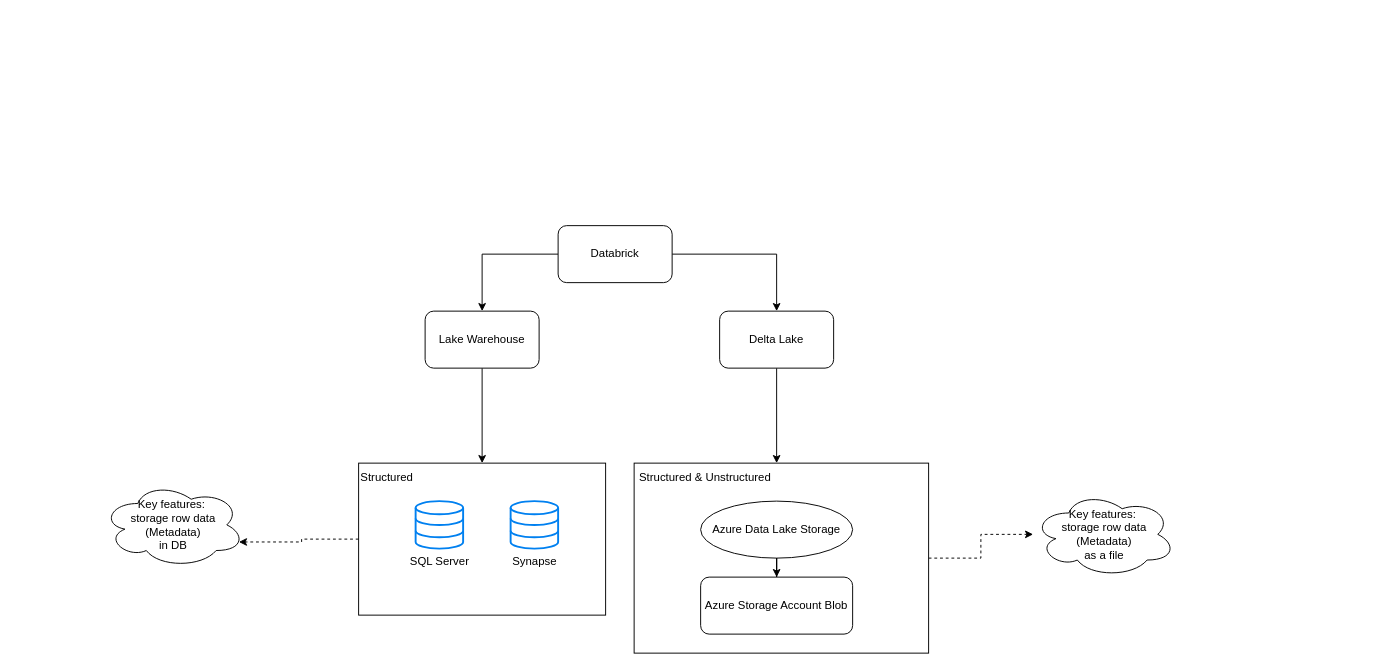
This is AzureDataLake.drawio from dengwentaoabc/Draw, a draw.io file, before an edit. Source tidied: cells renumbered, new cells numbered last; positions are measured from the earlier drawing's top-left corner, leaving out a move shared by most shapes. Both pictures are drawn from the tidied source at 95%, with x=0, y=0 at pixel (102, 225).
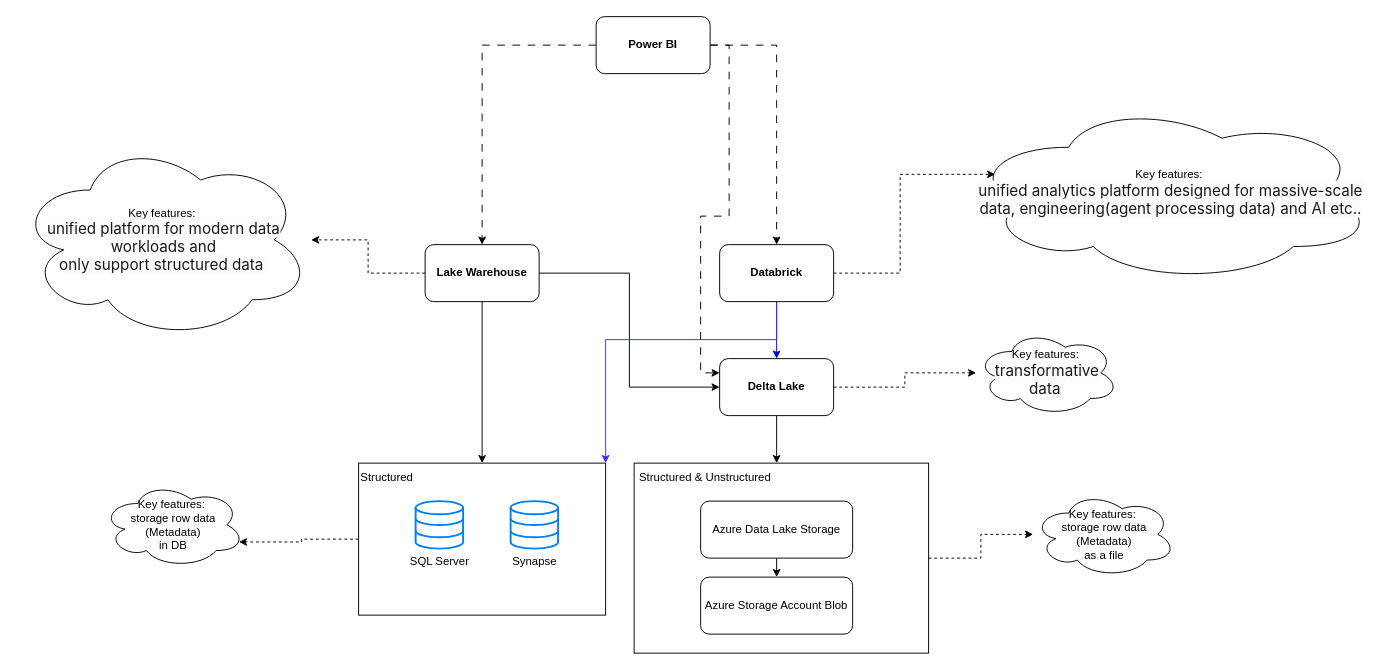
After the change.

The change refers to these unchanged cells:
```xml
<mxCell id="4" style="rounded=0;whiteSpace=wrap;html=1;align=left;" parent="1" vertex="1">
  <mxGeometry x="270" y="250" width="260" height="160" as="geometry" />
</mxCell>
<mxCell id="9" value="&lt;span style=&quot;text-wrap-mode: nowrap;&quot;&gt;Azure S&lt;/span&gt;&lt;span style=&quot;color: light-dark(rgb(0, 0, 0), rgb(255, 255, 255)); text-wrap-mode: nowrap; background-color: transparent;&quot;&gt;torage Account Blob&lt;/span&gt;" style="rounded=1;whiteSpace=wrap;html=1;" parent="1" vertex="1">
  <mxGeometry x="630" y="370" width="160" height="60" as="geometry" />
</mxCell>
```

What changed in the source:
```diff
@@
+    <mxCell id="22" style="edgeStyle=orthogonalEdgeStyle;rounded=0;jettySize=auto;html=1;dashed=1;" parent="1" edge="1" source="6" target="27">
+      <mxGeometry relative="1" as="geometry" />
+    </mxCell>
-    <mxCell id="6" value="Delta Lake" style="rounded=1;whiteSpace=wrap;html=1;" parent="1" vertex="1">
-      <mxGeometry x="650" y="90" width="120" height="60" as="geometry" />
+    <mxCell id="6" value="Delta Lake" style="rounded=1;whiteSpace=wrap;html=1;fontStyle=1;" parent="1" vertex="1">
+      <mxGeometry x="650" y="140" width="120" height="60" as="geometry" />
     </mxCell>
-    <mxCell id="7" style="edgeStyle=orthogonalEdgeStyle;rounded=0;jettySize=auto;html=1;entryX=0.5;entryY=0;entryDx=0;entryDy=0;" parent="1" edge="1" source="8" target="9">
-      <mxGeometry relative="1" as="geometry" />
+    <mxCell id="7" style="edgeStyle=orthogonalEdgeStyle;rounded=0;jettySize=auto;html=1;entryX=0.5;entryY=0;entryDx=0;entryDy=0;" parent="1" edge="1" target="9">
+      <mxGeometry relative="1" as="geometry">
+        <mxPoint x="710" y="350" as="sourcePoint" />
+      </mxGeometry>
     </mxCell>
-    <mxCell id="8" value="&lt;span style=&quot;text-wrap-mode: nowrap; background-color: rgb(255, 255, 255);&quot;&gt;Azure Data Lake Storage&lt;/span&gt;" style="rounded=1;whiteSpace=wrap;html=1;shape=ellipse;perimeter=ellipsePerimeter;" parent="1" vertex="1">
-      <mxGeometry x="630" y="290" width="160" height="60" as="geometry" />
-    </mxCell>
@@
-    <mxCell id="10" style="edgeStyle=orthogonalEdgeStyle;rounded=0;jettySize=auto;html=1;entryX=0.5;entryY=0;entryDx=0;entryDy=0;" parent="1" edge="1" source="12" target="6">
+    <mxCell id="10" style="edgeStyle=orthogonalEdgeStyle;rounded=0;jettySize=auto;html=1;entryX=0.5;entryY=0;entryDx=0;entryDy=0;strokeColor=#0000CC;" parent="1" edge="1" source="12" target="6">
       <mxGeometry relative="1" as="geometry" />
     </mxCell>
-    <mxCell id="11" style="edgeStyle=orthogonalEdgeStyle;rounded=0;jettySize=auto;html=1;exitX=0;exitY=0.5;exitDx=0;exitDy=0;entryX=0.5;entryY=0;entryDx=0;entryDy=0;" parent="1" edge="1" source="12" target="14">
-      <mxGeometry relative="1" as="geometry" />
-    </mxCell>
+    <mxCell id="23" style="edgeStyle=orthogonalEdgeStyle;rounded=0;jettySize=auto;html=1;entryX=1;entryY=0;entryDx=0;entryDy=0;strokeColor=#3333FF;" parent="1" edge="1" source="12" target="4">
+      <mxGeometry relative="1" as="geometry">
+        <Array as="points">
+          <mxPoint x="710" y="120" />
+          <mxPoint x="530" y="120" />
+        </Array>
+      </mxGeometry>
+    </mxCell>
+    <mxCell id="24" style="edgeStyle=orthogonalEdgeStyle;rounded=0;jettySize=auto;html=1;entryX=0.07;entryY=0.4;entryDx=0;entryDy=0;entryPerimeter=0;dashed=1;" parent="1" edge="1" source="12" target="29">
+      <mxGeometry relative="1" as="geometry" />
+    </mxCell>
-    <mxCell id="12" value="Databrick" style="rounded=1;whiteSpace=wrap;html=1;" parent="1" vertex="1">
-      <mxGeometry x="480" width="120" height="60" as="geometry" />
+    <mxCell id="12" value="Databrick" style="rounded=1;whiteSpace=wrap;html=1;fontStyle=1;" parent="1" vertex="1">
+      <mxGeometry x="650" y="20" width="120" height="60" as="geometry" />
     </mxCell>
@@
+    <mxCell id="25" style="edgeStyle=orthogonalEdgeStyle;rounded=0;jettySize=auto;html=1;entryX=0;entryY=0.5;entryDx=0;entryDy=0;" parent="1" edge="1" source="14" target="6">
+      <mxGeometry relative="1" as="geometry" />
+    </mxCell>
+    <mxCell id="26" style="edgeStyle=orthogonalEdgeStyle;rounded=0;jettySize=auto;html=1;dashed=1;" parent="1" edge="1" source="14" target="28">
+      <mxGeometry relative="1" as="geometry" />
+    </mxCell>
-    <mxCell id="14" value="Lake Warehouse" style="rounded=1;whiteSpace=wrap;html=1;" parent="1" vertex="1">
-      <mxGeometry x="340" y="90" width="120" height="60" as="geometry" />
+    <mxCell id="14" value="Lake Warehouse" style="rounded=1;whiteSpace=wrap;html=1;fontStyle=1;" parent="1" vertex="1">
+      <mxGeometry x="340" y="20" width="120" height="60" as="geometry" />
     </mxCell>
@@
+    <mxCell id="27" value="Key features:&amp;nbsp;&lt;div&gt;&lt;span style=&quot;color: rgba(0, 0, 0, 0.9); font-family: &amp;quot;PingFang SC&amp;quot;, -apple-system, BlinkMacSystemFont, &amp;quot;Segoe UI&amp;quot;, Roboto, Ubuntu, &amp;quot;Helvetica Neue&amp;quot;, Helvetica, Arial, &amp;quot;Hiragino Sans GB&amp;quot;, &amp;quot;Microsoft YaHei UI&amp;quot;, &amp;quot;Microsoft YaHei&amp;quot;, &amp;quot;Source Han Sans CN&amp;quot;, sans-serif; font-size: 16px; text-align: start; background-color: rgb(252, 252, 252);&quot;&gt;transformative data&amp;nbsp;&lt;/span&gt;&lt;/div&gt;" style="ellipse;shape=cloud;whiteSpace=wrap;html=1;" parent="1" vertex="1">
+      <mxGeometry x="920" y="110" width="150" height="90" as="geometry" />
+    </mxCell>
+    <mxCell id="28" value="Key features:&amp;nbsp;&lt;br&gt;&lt;div&gt;&lt;span style=&quot;color: rgba(0, 0, 0, 0.9); font-family: &amp;quot;PingFang SC&amp;quot;, -apple-system, BlinkMacSystemFont, &amp;quot;Segoe UI&amp;quot;, Roboto, Ubuntu, &amp;quot;Helvetica Neue&amp;quot;, Helvetica, Arial, &amp;quot;Hiragino Sans GB&amp;quot;, &amp;quot;Microsoft YaHei UI&amp;quot;, &amp;quot;Microsoft YaHei&amp;quot;, &amp;quot;Source Han Sans CN&amp;quot;, sans-serif; font-size: 16px; text-align: start; background-color: rgb(252, 252, 252);&quot;&gt;unified platform for modern data workloads and&lt;br&gt;only support structured data&amp;nbsp;&lt;/span&gt;&lt;/div&gt;" style="ellipse;shape=cloud;whiteSpace=wrap;html=1;" parent="1" vertex="1">
+      <mxGeometry x="-90" y="-90" width="310" height="210" as="geometry" />
+    </mxCell>
+    <mxCell id="29" value="Key features:&amp;nbsp;&lt;div&gt;&lt;span style=&quot;color: rgba(0, 0, 0, 0.9); font-family: &amp;quot;PingFang SC&amp;quot;, -apple-system, BlinkMacSystemFont, &amp;quot;Segoe UI&amp;quot;, Roboto, Ubuntu, &amp;quot;Helvetica Neue&amp;quot;, Helvetica, Arial, &amp;quot;Hiragino Sans GB&amp;quot;, &amp;quot;Microsoft YaHei UI&amp;quot;, &amp;quot;Microsoft YaHei&amp;quot;, &amp;quot;Source Han Sans CN&amp;quot;, sans-serif; font-size: 16px; text-align: start; background-color: rgb(252, 252, 252);&quot;&gt;unified analytics platform designed for massive-scale data, engineering(agent processing data) and AI etc..&lt;/span&gt;&lt;/div&gt;" style="ellipse;shape=cloud;whiteSpace=wrap;html=1;" parent="1" vertex="1">
+      <mxGeometry x="910" y="-130" width="430" height="190" as="geometry" />
+    </mxCell>
+    <mxCell id="8" value="&lt;span style=&quot;text-wrap-mode: nowrap; background-color: rgb(255, 255, 255);&quot;&gt;Azure Data Lake Storage&lt;/span&gt;" style="rounded=1;whiteSpace=wrap;html=1;" parent="1" vertex="1">
+      <mxGeometry x="630" y="290" width="160" height="60" as="geometry" />
+    </mxCell>
+    <mxCell id="30" style="edgeStyle=orthogonalEdgeStyle;rounded=0;jettySize=auto;html=1;entryX=0.5;entryY=0;entryDx=0;entryDy=0;dashed=1;dashPattern=8 8;" parent="1" edge="1" source="33" target="12">
+      <mxGeometry relative="1" as="geometry" />
+    </mxCell>
+    <mxCell id="31" style="edgeStyle=orthogonalEdgeStyle;rounded=0;jettySize=auto;html=1;entryX=0;entryY=0.25;entryDx=0;entryDy=0;dashed=1;dashPattern=8 8;" parent="1" edge="1" source="33" target="6">
+      <mxGeometry relative="1" as="geometry" />
+    </mxCell>
+    <mxCell id="32" style="edgeStyle=orthogonalEdgeStyle;rounded=0;jettySize=auto;html=1;entryX=0.5;entryY=0;entryDx=0;entryDy=0;dashed=1;dashPattern=8 8;" parent="1" edge="1" source="33" target="14">
+      <mxGeometry relative="1" as="geometry" />
+    </mxCell>
+    <mxCell id="33" value="Power BI" style="rounded=1;whiteSpace=wrap;html=1;fontStyle=1;" parent="1" vertex="1">
+      <mxGeometry x="520" y="-220" width="120" height="60" as="geometry" />
+    </mxCell>
```
